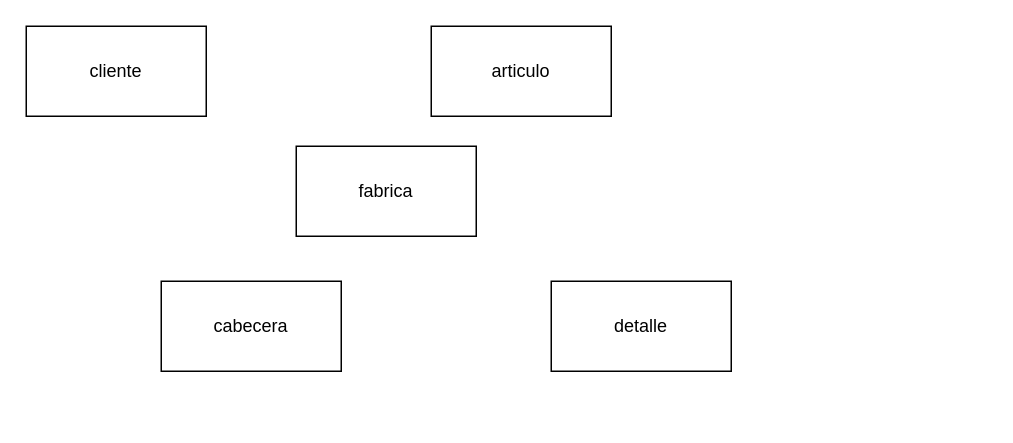
Earlier version of the draw.io diagram Empresaejercicio1.drawio (Mundrack/Base-de-datos). Source tidied: cells renumbered, new cells numbered last; positions are measured from the earlier drawing's top-left corner, leaving out a move shared by most shapes. Both pictures are drawn from the tidied source at 150%, with x=0, y=0 at pixel (26, 26).
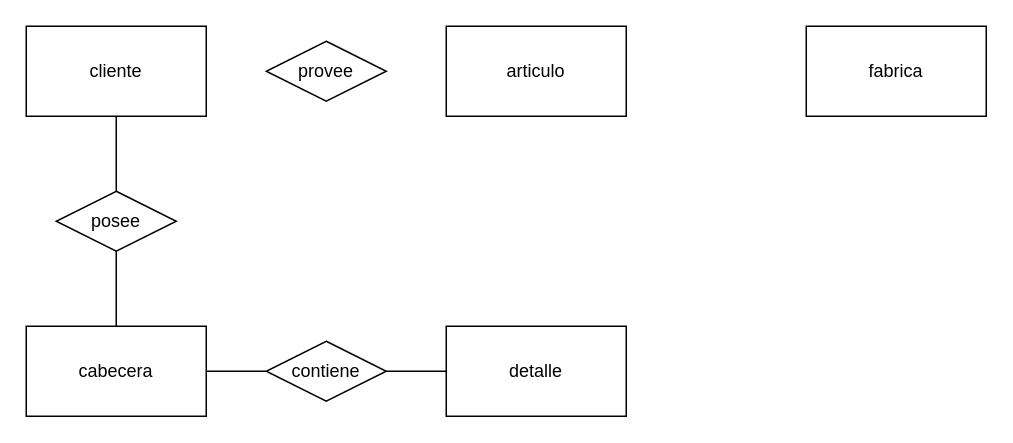
The same diagram, later.

Diff of the diagram source:
```diff
@@
 <mxGraphModel>
   <root>
     <mxCell id="0" />
     <mxCell id="1" parent="0" />
     <mxCell id="2" value="detalle" style="rounded=0;whiteSpace=wrap;html=1;" parent="1" vertex="1">
-      <mxGeometry x="350" y="170" width="120" height="60" as="geometry" />
+      <mxGeometry x="280" y="200" width="120" height="60" as="geometry" />
     </mxCell>
     <mxCell id="3" value="fabrica" style="rounded=0;whiteSpace=wrap;html=1;" parent="1" vertex="1">
-      <mxGeometry x="180" y="80" width="120" height="60" as="geometry" />
+      <mxGeometry x="520" width="120" height="60" as="geometry" />
     </mxCell>
+    <mxCell id="7" style="edgeStyle=orthogonalEdgeStyle;rounded=0;jettySize=auto;html=1;endArrow=none;endFill=0;" parent="1" edge="1" source="4" target="13">
+      <mxGeometry relative="1" as="geometry" />
+    </mxCell>
     <mxCell id="4" value="cabecera" style="rounded=0;whiteSpace=wrap;html=1;" parent="1" vertex="1">
-      <mxGeometry x="90" y="170" width="120" height="60" as="geometry" />
+      <mxGeometry y="200" width="120" height="60" as="geometry" />
     </mxCell>
     <mxCell id="5" value="articulo" style="rounded=0;whiteSpace=wrap;html=1;" parent="1" vertex="1">
-      <mxGeometry x="270" width="120" height="60" as="geometry" />
+      <mxGeometry x="280" width="120" height="60" as="geometry" />
     </mxCell>
+    <mxCell id="8" style="edgeStyle=orthogonalEdgeStyle;rounded=0;jettySize=auto;html=1;endArrow=none;endFill=0;" parent="1" edge="1" source="6" target="11">
+      <mxGeometry relative="1" as="geometry" />
+    </mxCell>
     <mxCell id="6" value="cliente" style="rounded=0;whiteSpace=wrap;html=1;" parent="1" vertex="1">
       <mxGeometry width="120" height="60" as="geometry" />
     </mxCell>
+    <mxCell id="9" value="provee" style="rhombus;whiteSpace=wrap;html=1;" parent="1" vertex="1">
+      <mxGeometry x="160" y="10" width="80" height="40" as="geometry" />
+    </mxCell>
+    <mxCell id="10" style="edgeStyle=orthogonalEdgeStyle;rounded=0;jettySize=auto;html=1;endArrow=none;endFill=0;" parent="1" edge="1" source="11" target="4">
+      <mxGeometry relative="1" as="geometry" />
+    </mxCell>
+    <mxCell id="11" value="posee" style="rhombus;whiteSpace=wrap;html=1;" parent="1" vertex="1">
+      <mxGeometry x="20" y="110" width="80" height="40" as="geometry" />
+    </mxCell>
+    <mxCell id="12" style="edgeStyle=orthogonalEdgeStyle;rounded=0;jettySize=auto;html=1;endArrow=none;endFill=0;" parent="1" edge="1" source="13" target="2">
+      <mxGeometry relative="1" as="geometry" />
+    </mxCell>
+    <mxCell id="13" value="contiene" style="rhombus;whiteSpace=wrap;html=1;" parent="1" vertex="1">
+      <mxGeometry x="160" y="210" width="80" height="40" as="geometry" />
+    </mxCell>
   </root>
 </mxGraphModel>
```
